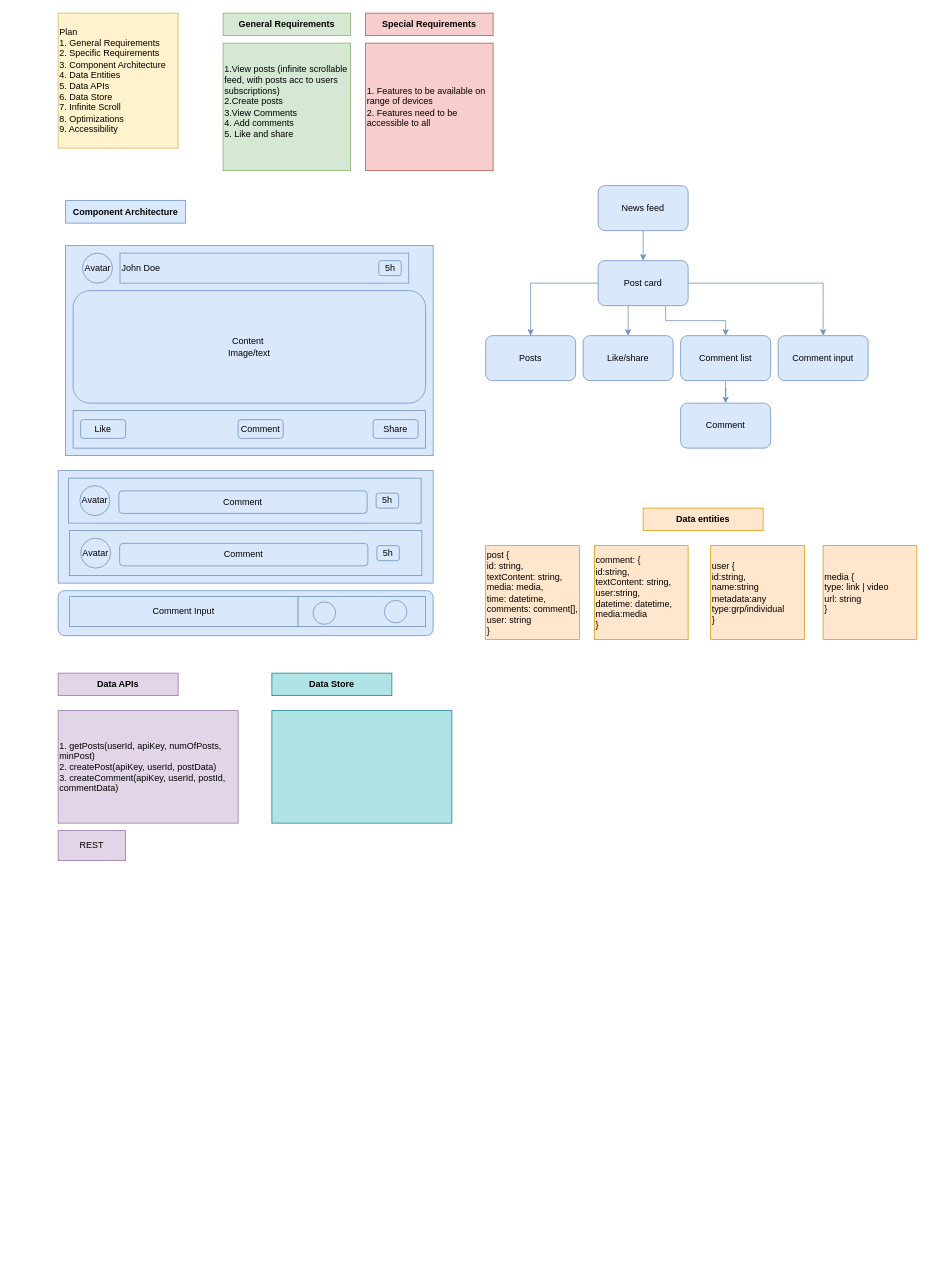
The draw.io diagram Untitled Diagram.drawio in archij30/FrontendSystemDesign, before the edit. Source tidied: cells renumbered, new cells numbered last; positions are measured from the earlier drawing's top-left corner, leaving out a move shared by most shapes. Both pictures are drawn from the tidied source at 75%, with x=0, y=0 at pixel (58, 13).
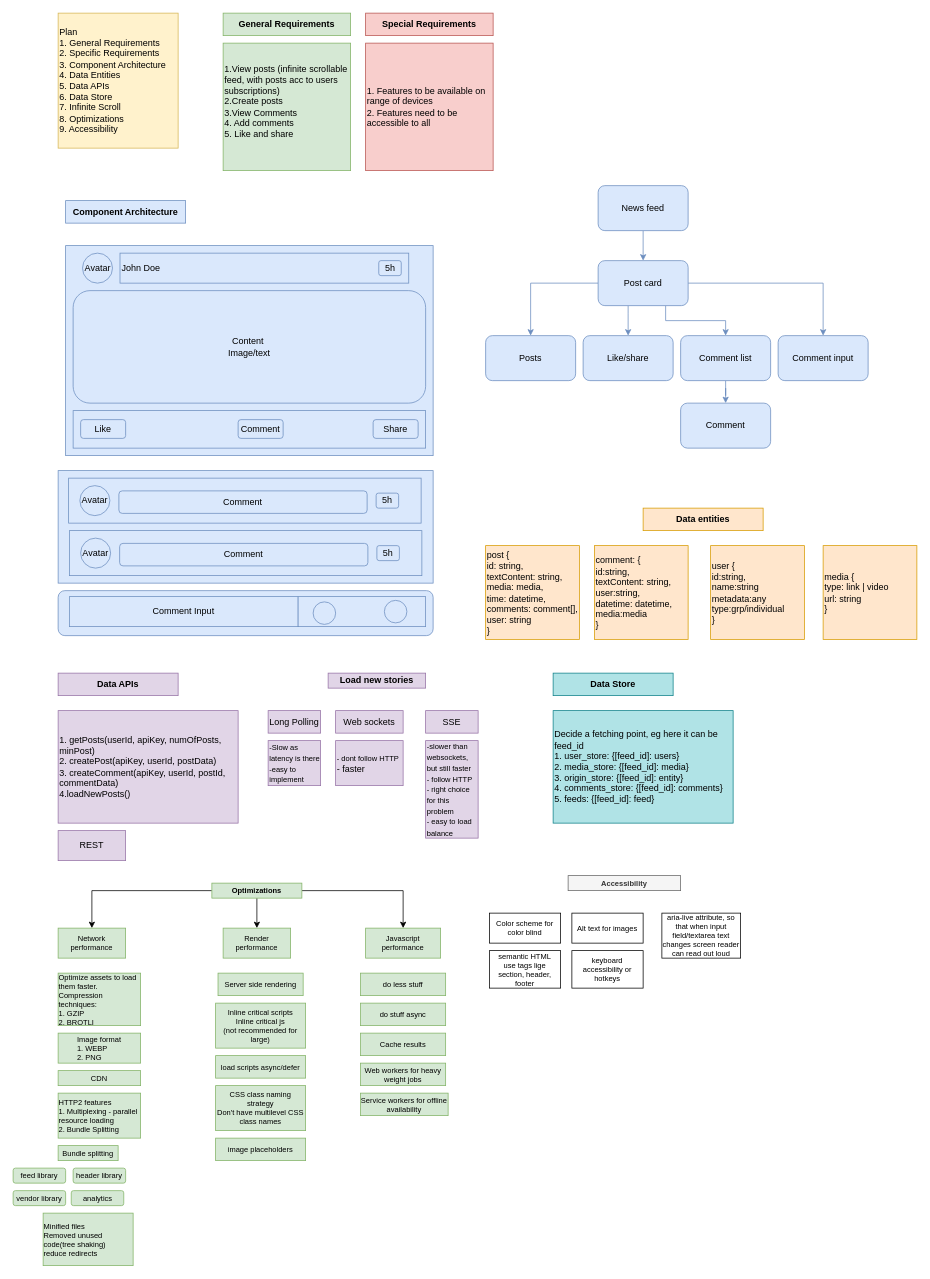
Above is the later version.

Commit message:
Update FB news feed design

What changed in the source:
```diff
@@
-    <mxCell id="50" value="1. getPosts(userId, apiKey, numOfPosts, minPost)&lt;br&gt;2. createPost(apiKey, userId, postData)&lt;br&gt;3. createComment(apiKey, userId, postId, commentData)&amp;nbsp;" style="rounded=0;whiteSpace=wrap;html=1;align=left;fillColor=#e1d5e7;strokeColor=#9673a6;" parent="1" vertex="1">
+    <mxCell id="50" value="1. getPosts(userId, apiKey, numOfPosts, minPost)&lt;br&gt;2. createPost(apiKey, userId, postData)&lt;br&gt;3. createComment(apiKey, userId, postId, commentData)&amp;nbsp;&lt;br&gt;4.loadNewPosts()" style="rounded=0;whiteSpace=wrap;html=1;align=left;fillColor=#e1d5e7;strokeColor=#9673a6;" parent="1" vertex="1">
       <mxGeometry y="930" width="240" height="150" as="geometry" />
     </mxCell>
     <mxCell id="51" value="&lt;b&gt;Data Store&lt;/b&gt;" style="rounded=0;whiteSpace=wrap;html=1;fillColor=#b0e3e6;strokeColor=#0e8088;" parent="1" vertex="1">
-      <mxGeometry x="285" y="880" width="160" height="30" as="geometry" />
+      <mxGeometry x="660" y="880" width="160" height="30" as="geometry" />
     </mxCell>
-    <mxCell id="52" style="rounded=0;whiteSpace=wrap;html=1;align=left;fillColor=#b0e3e6;strokeColor=#0e8088;" parent="1" vertex="1">
-      <mxGeometry x="285" y="930" width="240" height="150" as="geometry" />
+    <mxCell id="52" value="Decide a fetching point, eg here it can be feed_id&lt;br&gt;1. user_store: {[feed_id]: users}&lt;br&gt;2. media_store: {[feed_id]: media}&lt;br&gt;3. origin_store: {[feed_id]: entity}&lt;br&gt;4. comments_store: {[feed_id]: comments}&lt;br&gt;5. feeds: {[feed_id]: feed}" style="rounded=0;whiteSpace=wrap;html=1;align=left;fillColor=#b0e3e6;strokeColor=#0e8088;" parent="1" vertex="1">
+      <mxGeometry x="660" y="930" width="240" height="150" as="geometry" />
     </mxCell>
@@
+    <mxCell id="54" value="&lt;b&gt;Load new stories&lt;/b&gt;" style="rounded=0;whiteSpace=wrap;html=1;fillColor=#e1d5e7;strokeColor=#9673a6;" parent="1" vertex="1">
+      <mxGeometry x="360" y="880" width="130" height="20" as="geometry" />
+    </mxCell>
+    <mxCell id="55" value="SSE" style="rounded=0;whiteSpace=wrap;html=1;fillColor=#e1d5e7;strokeColor=#9673a6;" parent="1" vertex="1">
+      <mxGeometry x="490" y="930" width="70" height="30" as="geometry" />
+    </mxCell>
+    <mxCell id="56" value="Web sockets" style="rounded=0;whiteSpace=wrap;html=1;fillColor=#e1d5e7;strokeColor=#9673a6;" parent="1" vertex="1">
+      <mxGeometry x="370" y="930" width="90" height="30" as="geometry" />
+    </mxCell>
+    <mxCell id="57" value="Long Polling" style="rounded=0;whiteSpace=wrap;html=1;fillColor=#e1d5e7;strokeColor=#9673a6;" parent="1" vertex="1">
+      <mxGeometry x="280" y="930" width="70" height="30" as="geometry" />
+    </mxCell>
+    <mxCell id="58" value="&lt;font style=&quot;font-size: 10px;&quot;&gt;-Slow as latency is there&lt;br&gt;-easy to implement&lt;/font&gt;" style="rounded=0;whiteSpace=wrap;html=1;align=left;fillColor=#e1d5e7;strokeColor=#9673a6;" parent="1" vertex="1">
+      <mxGeometry x="280" y="970" width="70" height="60" as="geometry" />
+    </mxCell>
+    <mxCell id="59" value="&lt;span style=&quot;font-size: 10px;&quot;&gt;- dont follow HTTP&lt;br&gt;&lt;/span&gt;- faster" style="rounded=0;whiteSpace=wrap;html=1;align=left;fillColor=#e1d5e7;strokeColor=#9673a6;" parent="1" vertex="1">
+      <mxGeometry x="370" y="970" width="90" height="60" as="geometry" />
+    </mxCell>
+    <mxCell id="60" value="&lt;span style=&quot;font-size: 10px;&quot;&gt;-slower than websockets, but still faster&lt;br&gt;- follow HTTP&lt;br&gt;- right choice for this problem&lt;br&gt;- easy to load balance&lt;br&gt;&lt;/span&gt;" style="rounded=0;whiteSpace=wrap;html=1;align=left;fillColor=#e1d5e7;strokeColor=#9673a6;" parent="1" vertex="1">
+      <mxGeometry x="490" y="970" width="70" height="130" as="geometry" />
+    </mxCell>
+    <mxCell id="61" style="edgeStyle=orthogonalEdgeStyle;rounded=0;jettySize=auto;html=1;fontSize=10;" parent="1" edge="1" source="64" target="66">
+      <mxGeometry relative="1" as="geometry" />
+    </mxCell>
+    <mxCell id="62" style="edgeStyle=orthogonalEdgeStyle;rounded=0;jettySize=auto;html=1;entryX=0.5;entryY=0;entryDx=0;entryDy=0;fontSize=10;" parent="1" edge="1" source="64" target="67">
+      <mxGeometry relative="1" as="geometry" />
+    </mxCell>
+    <mxCell id="63" style="edgeStyle=orthogonalEdgeStyle;rounded=0;jettySize=auto;html=1;entryX=0.5;entryY=0;entryDx=0;entryDy=0;fontSize=10;" parent="1" edge="1" source="64" target="65">
+      <mxGeometry relative="1" as="geometry" />
+    </mxCell>
+    <mxCell id="64" value="&lt;b&gt;Optimizations&lt;/b&gt;" style="rounded=0;whiteSpace=wrap;html=1;fontSize=10;fillColor=#d5e8d4;strokeColor=#82b366;" parent="1" vertex="1">
+      <mxGeometry x="205" y="1160" width="120" height="20" as="geometry" />
+    </mxCell>
+    <mxCell id="65" value="Javascript performance" style="rounded=0;whiteSpace=wrap;html=1;fontSize=10;fillColor=#d5e8d4;strokeColor=#82b366;" parent="1" vertex="1">
+      <mxGeometry x="410" y="1220" width="100" height="40" as="geometry" />
+    </mxCell>
+    <mxCell id="66" value="Render performance" style="rounded=0;whiteSpace=wrap;html=1;fontSize=10;fillColor=#d5e8d4;strokeColor=#82b366;" parent="1" vertex="1">
+      <mxGeometry x="220" y="1220" width="90" height="40" as="geometry" />
+    </mxCell>
+    <mxCell id="67" value="Network performance" style="rounded=0;whiteSpace=wrap;html=1;fontSize=10;fillColor=#d5e8d4;strokeColor=#82b366;" parent="1" vertex="1">
+      <mxGeometry y="1220" width="90" height="40" as="geometry" />
+    </mxCell>
+    <mxCell id="68" value="&lt;div style=&quot;text-align: left;&quot;&gt;&lt;span style=&quot;background-color: initial;&quot;&gt;Optimize assets to load them faster.&lt;/span&gt;&lt;/div&gt;&lt;div style=&quot;text-align: left;&quot;&gt;&lt;span style=&quot;background-color: initial;&quot;&gt;Compression techniques:&lt;/span&gt;&lt;/div&gt;&lt;div style=&quot;text-align: left;&quot;&gt;&lt;span style=&quot;background-color: initial;&quot;&gt;1. GZIP&lt;/span&gt;&lt;/div&gt;&lt;div style=&quot;text-align: left;&quot;&gt;&lt;span style=&quot;background-color: initial;&quot;&gt;2. BROTLI&lt;/span&gt;&lt;/div&gt;" style="rounded=0;whiteSpace=wrap;html=1;fontSize=10;fillColor=#d5e8d4;strokeColor=#82b366;" parent="1" vertex="1">
+      <mxGeometry y="1280" width="110" height="70" as="geometry" />
+    </mxCell>
+    <mxCell id="69" value="&lt;div style=&quot;text-align: left;&quot;&gt;&lt;span style=&quot;background-color: initial;&quot;&gt;Image format&lt;/span&gt;&lt;/div&gt;&lt;div style=&quot;text-align: left;&quot;&gt;&lt;span style=&quot;background-color: initial;&quot;&gt;1. WEBP&lt;/span&gt;&lt;/div&gt;&lt;div style=&quot;text-align: left;&quot;&gt;&lt;span style=&quot;background-color: initial;&quot;&gt;2. PNG&lt;/span&gt;&lt;/div&gt;" style="rounded=0;whiteSpace=wrap;html=1;fontSize=10;fillColor=#d5e8d4;strokeColor=#82b366;" parent="1" vertex="1">
+      <mxGeometry y="1360" width="110" height="40" as="geometry" />
+    </mxCell>
+    <mxCell id="70" value="CDN" style="rounded=0;whiteSpace=wrap;html=1;fontSize=10;fillColor=#d5e8d4;strokeColor=#82b366;" parent="1" vertex="1">
+      <mxGeometry y="1410" width="110" height="20" as="geometry" />
+    </mxCell>
+    <mxCell id="71" value="&lt;div style=&quot;text-align: left;&quot;&gt;&lt;span style=&quot;background-color: initial;&quot;&gt;HTTP2 features&lt;/span&gt;&lt;/div&gt;&lt;div style=&quot;text-align: left;&quot;&gt;&lt;span style=&quot;background-color: initial;&quot;&gt;1. Multiplexing -&amp;nbsp;&lt;/span&gt;&lt;span style=&quot;background-color: initial;&quot;&gt;parallel resource loading&lt;/span&gt;&lt;/div&gt;&lt;div style=&quot;text-align: left;&quot;&gt;2. Bundle Splitting&lt;/div&gt;" style="rounded=0;whiteSpace=wrap;html=1;fontSize=10;fillColor=#d5e8d4;strokeColor=#82b366;" parent="1" vertex="1">
+      <mxGeometry y="1440" width="110" height="60" as="geometry" />
+    </mxCell>
+    <mxCell id="72" value="Bundle splitting" style="rounded=0;whiteSpace=wrap;html=1;fontSize=10;fillColor=#d5e8d4;strokeColor=#82b366;" parent="1" vertex="1">
+      <mxGeometry y="1510" width="80" height="20" as="geometry" />
+    </mxCell>
+    <mxCell id="73" value="feed library" style="rounded=1;whiteSpace=wrap;html=1;fontSize=10;fillColor=#d5e8d4;strokeColor=#82b366;" parent="1" vertex="1">
+      <mxGeometry x="-60" y="1540" width="70" height="20" as="geometry" />
+    </mxCell>
+    <mxCell id="74" value="header library" style="rounded=1;whiteSpace=wrap;html=1;fontSize=10;fillColor=#d5e8d4;strokeColor=#82b366;" parent="1" vertex="1">
+      <mxGeometry x="20" y="1540" width="70" height="20" as="geometry" />
+    </mxCell>
+    <mxCell id="75" value="vendor library" style="rounded=1;whiteSpace=wrap;html=1;fontSize=10;fillColor=#d5e8d4;strokeColor=#82b366;" parent="1" vertex="1">
+      <mxGeometry x="-60" y="1570" width="70" height="20" as="geometry" />
+    </mxCell>
+    <mxCell id="76" value="analytics" style="rounded=1;whiteSpace=wrap;html=1;fontSize=10;fillColor=#d5e8d4;strokeColor=#82b366;" parent="1" vertex="1">
+      <mxGeometry x="17.5" y="1570" width="70" height="20" as="geometry" />
+    </mxCell>
+    <mxCell id="77" value="Server side rendering" style="rounded=0;whiteSpace=wrap;html=1;fontSize=10;fillColor=#d5e8d4;strokeColor=#82b366;" parent="1" vertex="1">
+      <mxGeometry x="213.2" y="1280" width="113.5" height="30" as="geometry" />
+    </mxCell>
+    <mxCell id="78" value="Inline critical scripts&lt;br&gt;Inline critical js&lt;br&gt;(not recommended for large)" style="rounded=0;whiteSpace=wrap;html=1;fontSize=10;fillColor=#d5e8d4;strokeColor=#82b366;" parent="1" vertex="1">
+      <mxGeometry x="210" y="1320" width="120" height="60" as="geometry" />
+    </mxCell>
+    <mxCell id="79" value="load scripts async/defer" style="rounded=0;whiteSpace=wrap;html=1;fontSize=10;fillColor=#d5e8d4;strokeColor=#82b366;" parent="1" vertex="1">
+      <mxGeometry x="210" y="1390" width="120" height="30" as="geometry" />
+    </mxCell>
+    <mxCell id="80" value="do less stuff" style="rounded=0;whiteSpace=wrap;html=1;fontSize=10;fillColor=#d5e8d4;strokeColor=#82b366;" parent="1" vertex="1">
+      <mxGeometry x="403.2" y="1280" width="113.5" height="30" as="geometry" />
+    </mxCell>
+    <mxCell id="81" value="do stuff async" style="rounded=0;whiteSpace=wrap;html=1;fontSize=10;fillColor=#d5e8d4;strokeColor=#82b366;" parent="1" vertex="1">
+      <mxGeometry x="403.2" y="1320" width="113.5" height="30" as="geometry" />
+    </mxCell>
+    <mxCell id="82" value="Cache results" style="rounded=0;whiteSpace=wrap;html=1;fontSize=10;fillColor=#d5e8d4;strokeColor=#82b366;" parent="1" vertex="1">
+      <mxGeometry x="403.2" y="1360" width="113.5" height="30" as="geometry" />
+    </mxCell>
+    <mxCell id="83" value="Web workers for heavy weight jobs" style="rounded=0;whiteSpace=wrap;html=1;fontSize=10;fillColor=#d5e8d4;strokeColor=#82b366;" parent="1" vertex="1">
+      <mxGeometry x="403.2" y="1400" width="113.5" height="30" as="geometry" />
+    </mxCell>
+    <mxCell id="84" value="CSS class naming strategy&lt;br&gt;Don't have multilevel CSS class names" style="rounded=0;whiteSpace=wrap;html=1;fontSize=10;fillColor=#d5e8d4;strokeColor=#82b366;" parent="1" vertex="1">
+      <mxGeometry x="210" y="1430" width="120" height="60" as="geometry" />
+    </mxCell>
+    <mxCell id="85" value="&lt;div style=&quot;text-align: left;&quot;&gt;&lt;span style=&quot;background-color: initial;&quot;&gt;Minified files&lt;/span&gt;&lt;/div&gt;&lt;div style=&quot;text-align: left;&quot;&gt;&lt;span style=&quot;background-color: initial;&quot;&gt;Removed unused code(tree shaking)&lt;/span&gt;&lt;/div&gt;&lt;div style=&quot;text-align: left;&quot;&gt;&lt;span style=&quot;background-color: initial;&quot;&gt;reduce redirects&lt;/span&gt;&lt;/div&gt;" style="rounded=0;whiteSpace=wrap;html=1;fontSize=10;fillColor=#d5e8d4;strokeColor=#82b366;" parent="1" vertex="1">
+      <mxGeometry x="-20" y="1600" width="120" height="70" as="geometry" />
+    </mxCell>
+    <mxCell id="86" value="&lt;b&gt;Accessibility&lt;/b&gt;" style="rounded=0;whiteSpace=wrap;html=1;fontSize=10;fillColor=#f5f5f5;fontColor=#333333;strokeColor=#666666;" parent="1" vertex="1">
+      <mxGeometry x="680" y="1150" width="150" height="20" as="geometry" />
+    </mxCell>
+    <mxCell id="87" value="Color scheme for color blind" style="rounded=0;whiteSpace=wrap;html=1;fontSize=10;" parent="1" vertex="1">
+      <mxGeometry x="575" y="1200" width="95" height="40" as="geometry" />
+    </mxCell>
+    <mxCell id="88" value="Alt text for images" style="rounded=0;whiteSpace=wrap;html=1;fontSize=10;" parent="1" vertex="1">
+      <mxGeometry x="685" y="1200" width="95" height="40" as="geometry" />
+    </mxCell>
+    <mxCell id="89" value="aria-live attribute, so that when input field/textarea text changes screen reader can read out loud" style="rounded=0;whiteSpace=wrap;html=1;fontSize=10;" parent="1" vertex="1">
+      <mxGeometry x="805" y="1200" width="105" height="60" as="geometry" />
+    </mxCell>
+    <mxCell id="90" value="semantic HTML&lt;br&gt;use tags lige section, header, footer" style="rounded=0;whiteSpace=wrap;html=1;fontSize=10;" parent="1" vertex="1">
+      <mxGeometry x="575" y="1250" width="95" height="50" as="geometry" />
+    </mxCell>
+    <mxCell id="91" value="keyboard accessibility or hotkeys" style="rounded=0;whiteSpace=wrap;html=1;fontSize=10;" parent="1" vertex="1">
+      <mxGeometry x="685" y="1250" width="95" height="50" as="geometry" />
+    </mxCell>
+    <mxCell id="92" value="image placeholders" style="rounded=0;whiteSpace=wrap;html=1;fontSize=10;fillColor=#d5e8d4;strokeColor=#82b366;" parent="1" vertex="1">
+      <mxGeometry x="210" y="1500" width="120" height="30" as="geometry" />
+    </mxCell>
+    <mxCell id="93" value="Service workers for offline availability" style="rounded=0;whiteSpace=wrap;html=1;fontSize=10;fillColor=#d5e8d4;strokeColor=#82b366;" parent="1" vertex="1">
+      <mxGeometry x="403.2" y="1440" width="116.8" height="30" as="geometry" />
+    </mxCell>
```
